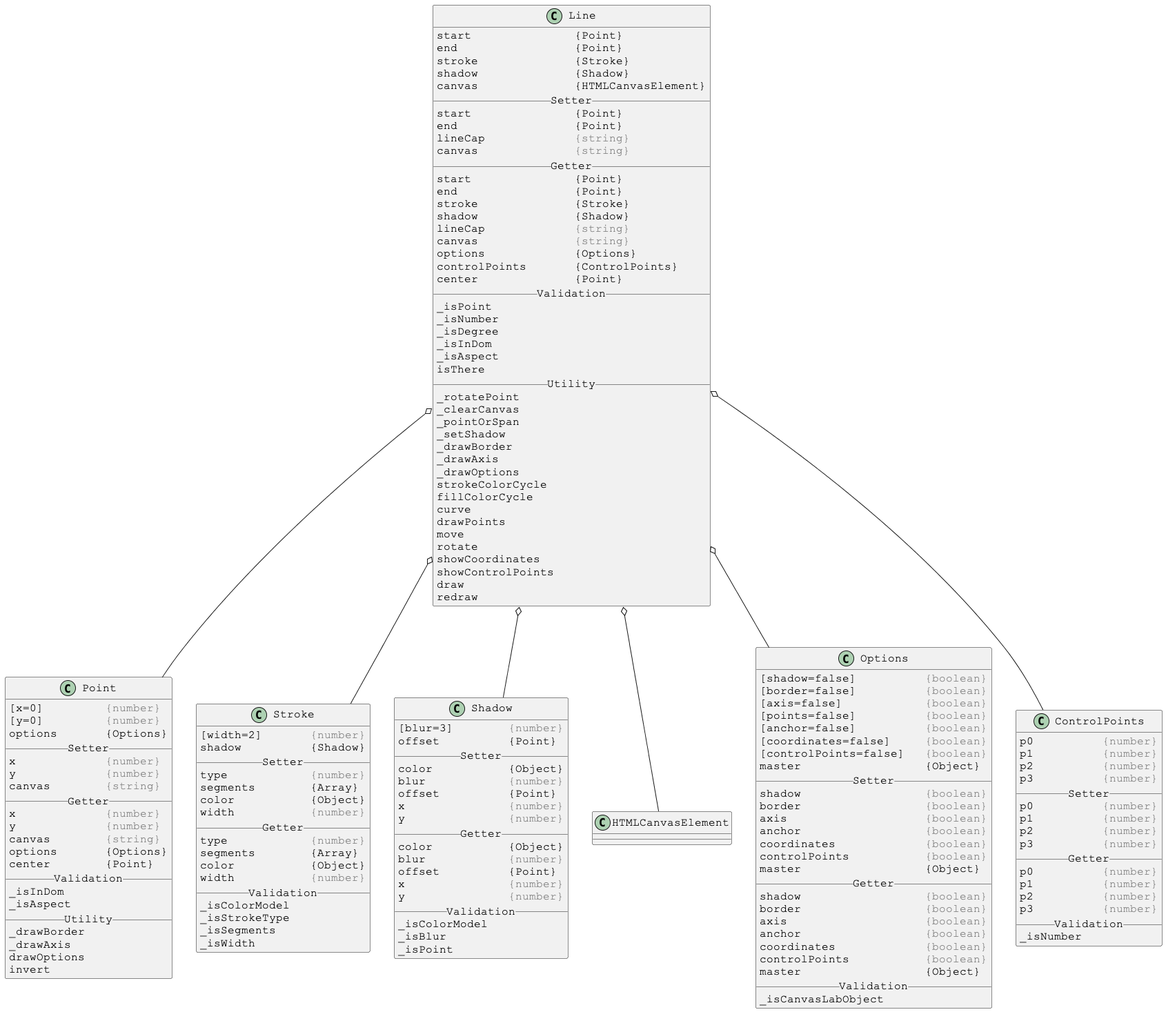
Above: docs/PlantUml/images/linked/Line-linked.png in Justin-Byrne/canvasLab (PlantUML), before the change.
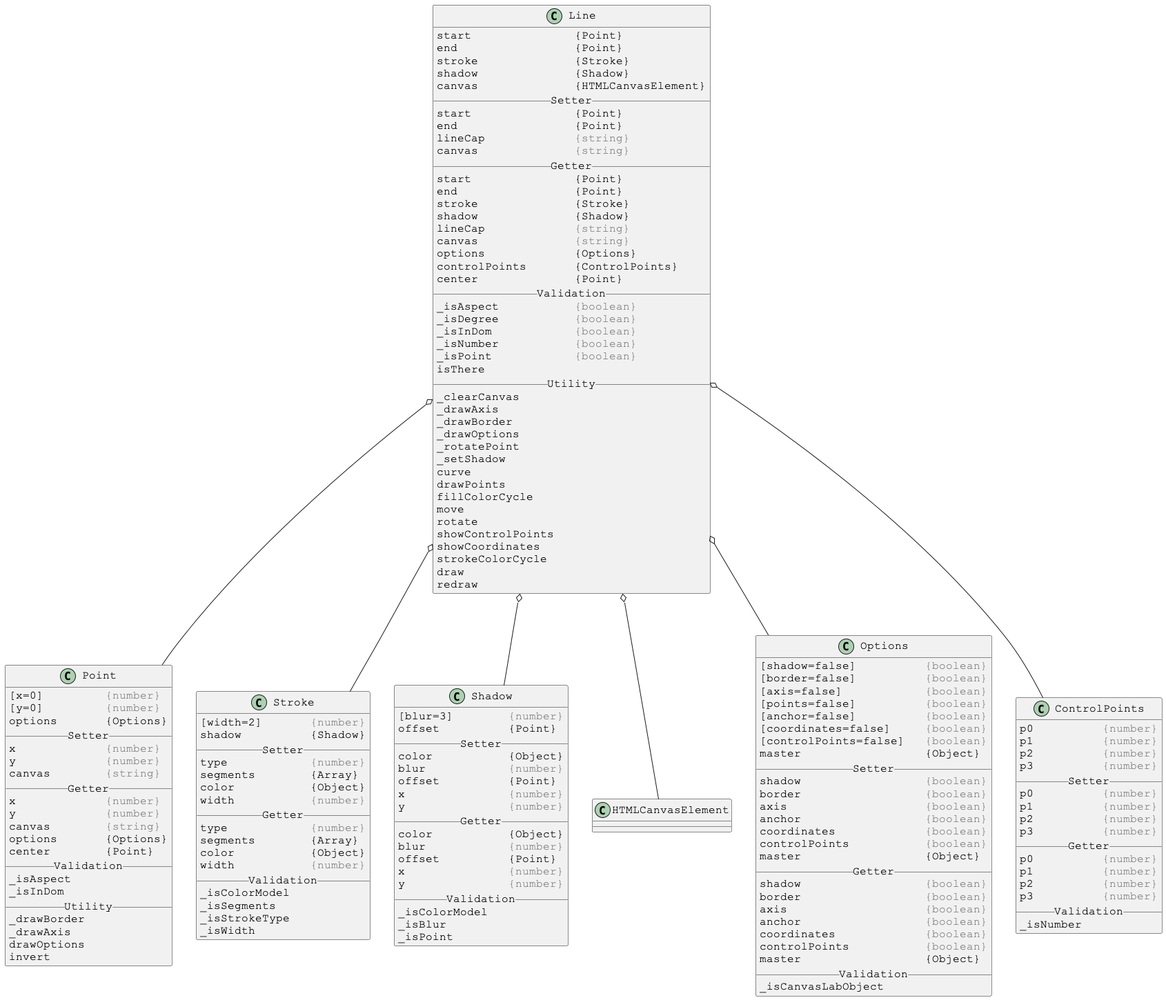
Later version of the same file.

What changed in the source:
```diff
@@ -25,28 +25,27 @@
 controlPoints       {ControlPoints}
 center              {Point}
 __ Validation __
-_isPoint
-_isNumber
-_isDegree
-_isInDom
-_isAspect
+_isAspect           <color:gray>{boolean}</color>
+_isDegree           <color:gray>{boolean}</color>
+_isInDom            <color:gray>{boolean}</color>
+_isNumber           <color:gray>{boolean}</color>
+_isPoint            <color:gray>{boolean}</color>
 isThere
 __ Utility __
+_clearCanvas
+_drawAxis
+_drawBorder
+_drawOptions
 _rotatePoint
-_clearCanvas
-_pointOrSpan
 _setShadow
-_drawBorder
-_drawAxis
-_drawOptions
-strokeColorCycle
-fillColorCycle
 curve
 drawPoints
+fillColorCycle
 move
 rotate
+showControlPoints
 showCoordinates
-showControlPoints
+strokeColorCycle
 draw
 redraw
 }
@@ -78,8 +77,8 @@
 options       {Options}
 center        {Point}
 __ Validation __
+_isAspect
 _isInDom
-_isAspect
 __ Utility __
 _drawBorder
 _drawAxis
@@ -107,8 +106,8 @@
 width           <color:gray>{number}</color>
 __ Validation __
 _isColorModel
+_isSegments
 _isStrokeType
-_isSegments
 _isWidth
 }
 
```
